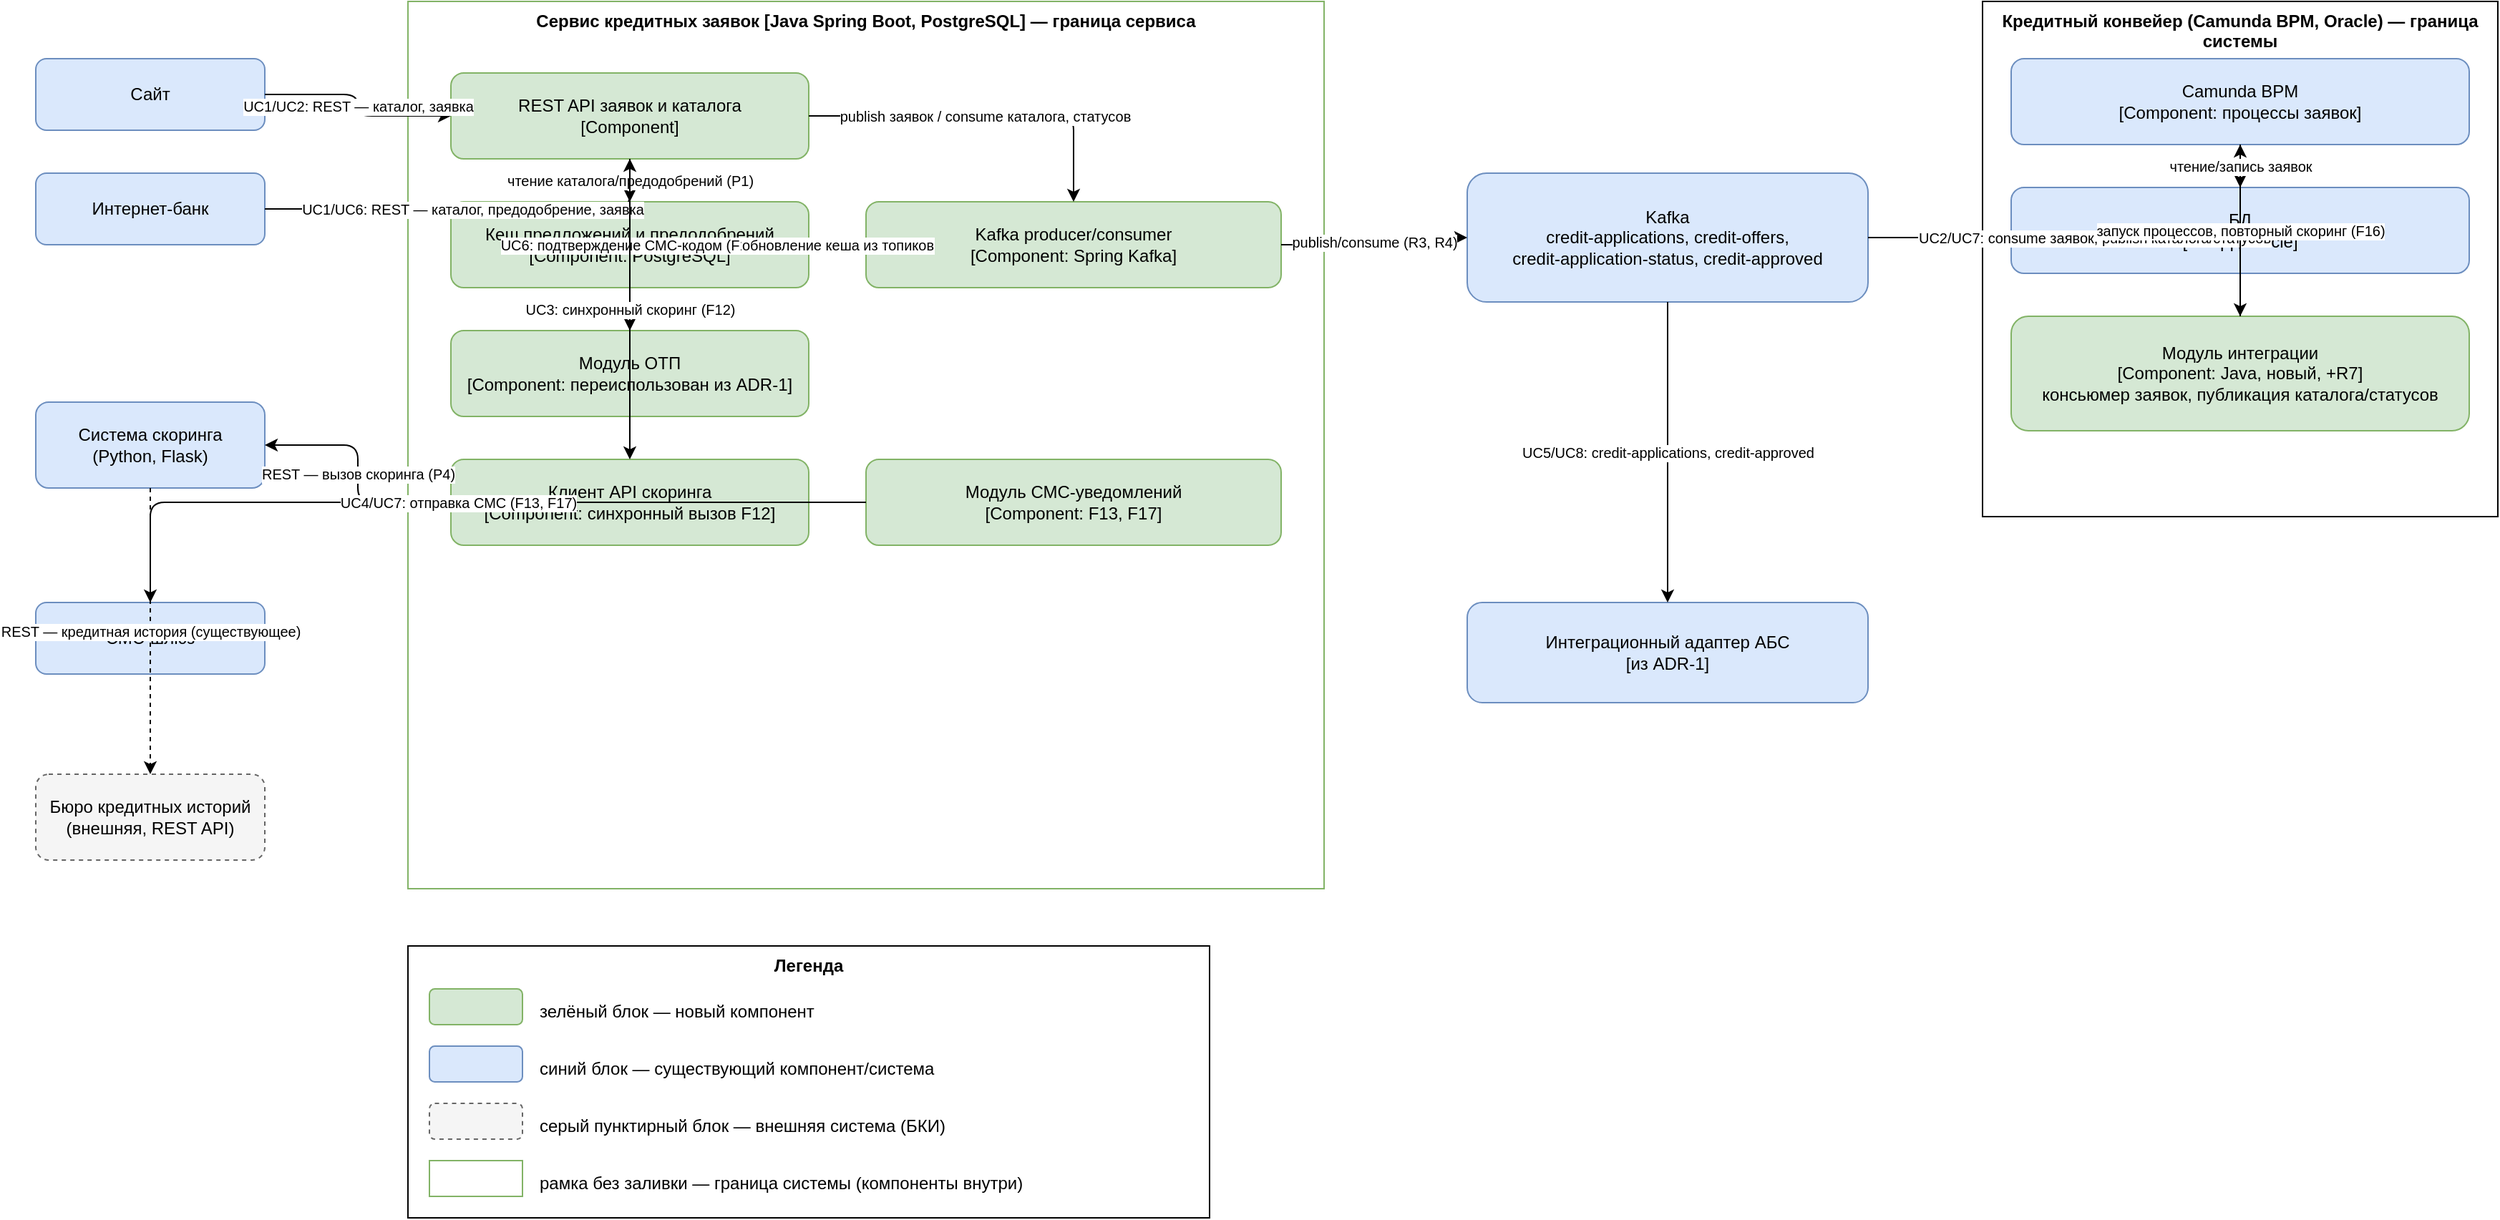
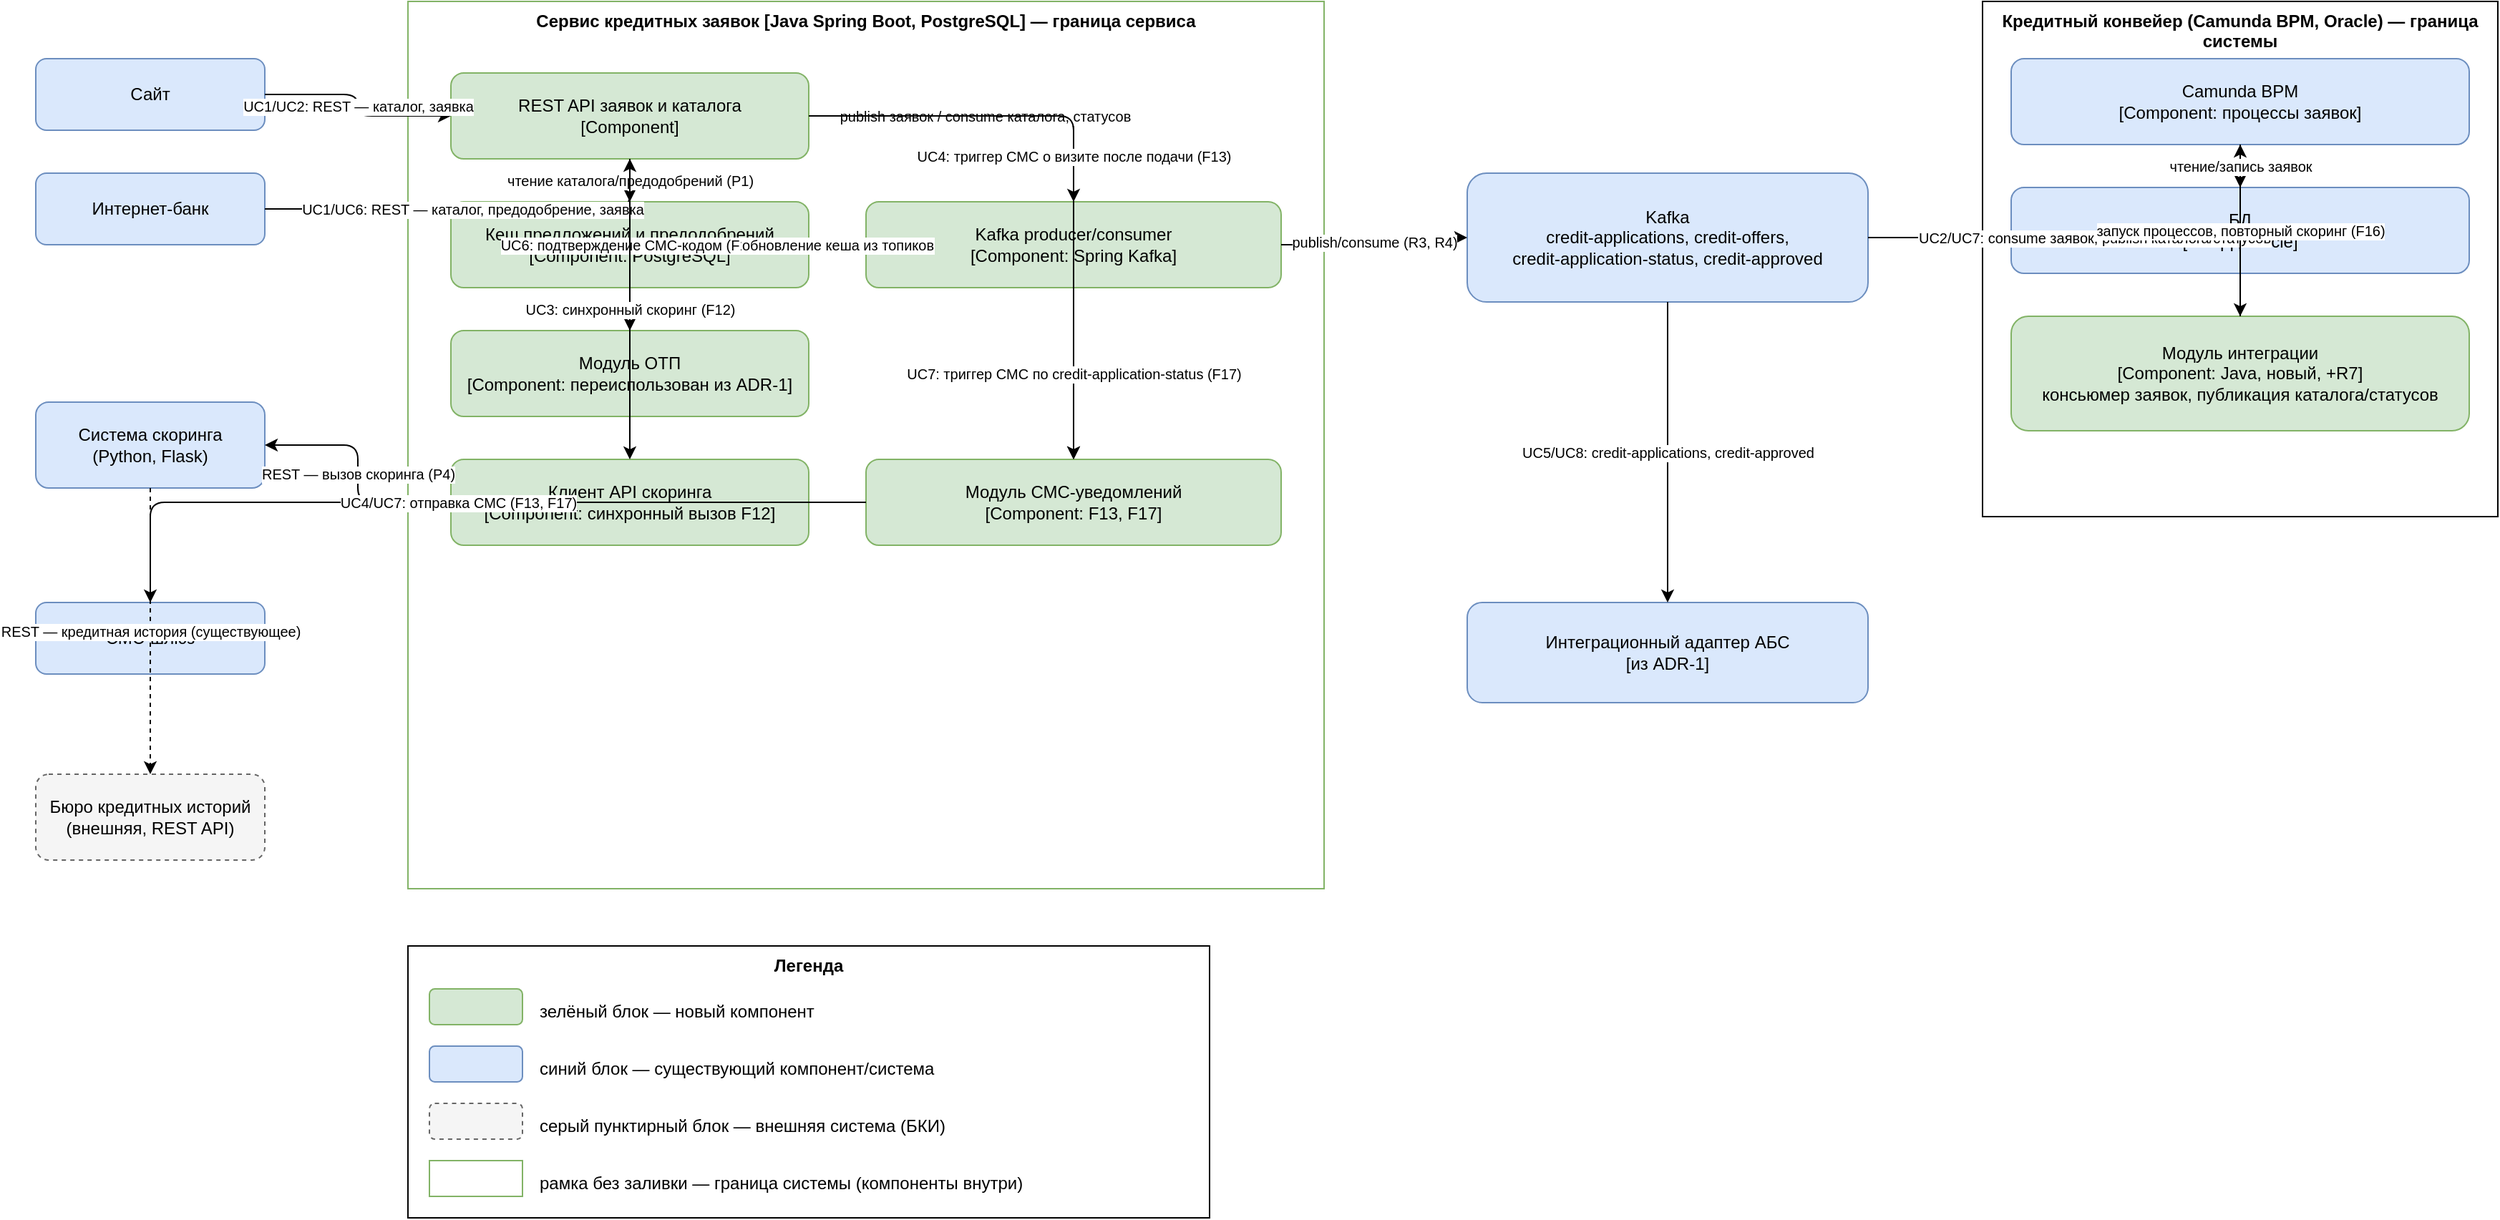
<mxfile host="app.diagrams.net" agent="hand-authored" version="24.7.7">
  <diagram id="c4-component-credit" name="C4 Компоненты — заявка на кредит онлайн">
    <mxGraphModel dx="1900" dy="1400" grid="1" gridSize="10" guides="1" tooltips="1" connect="1" arrows="1" fold="1" page="1" pageScale="1" pageWidth="2200" pageHeight="1300" math="0" shadow="0">
      <root>
        <mxCell id="0" />
        <mxCell id="1" parent="0" />
        <mxCell id="site" value="Сайт" style="rounded=1;whiteSpace=wrap;html=1;fillColor=#dae8fc;strokeColor=#6c8ebf;" vertex="1" parent="1">
          <mxGeometry x="40" y="120" width="160" height="50" as="geometry" />
        </mxCell>
        <mxCell id="ib" value="Интернет-банк" style="rounded=1;whiteSpace=wrap;html=1;fillColor=#dae8fc;strokeColor=#6c8ebf;" vertex="1" parent="1">
          <mxGeometry x="40" y="200" width="160" height="50" as="geometry" />
        </mxCell>
        <mxCell id="scoring" value="Система скоринга&#10;(Python, Flask)" style="rounded=1;whiteSpace=wrap;html=1;fillColor=#dae8fc;strokeColor=#6c8ebf;" vertex="1" parent="1">
          <mxGeometry x="40" y="360" width="160" height="60" as="geometry" />
        </mxCell>
        <mxCell id="bki" value="Бюро кредитных историй&#10;(внешняя, REST API)" style="rounded=1;whiteSpace=wrap;html=1;fillColor=#f5f5f5;strokeColor=#666666;dashed=1;" vertex="1" parent="1">
          <mxGeometry x="40" y="620" width="160" height="60" as="geometry" />
        </mxCell>
        <mxCell id="sms" value="СМС-шлюз" style="rounded=1;whiteSpace=wrap;html=1;fillColor=#dae8fc;strokeColor=#6c8ebf;" vertex="1" parent="1">
          <mxGeometry x="40" y="500" width="160" height="50" as="geometry" />
        </mxCell>
        <mxCell id="credit_frame" value="Сервис кредитных заявок [Java Spring Boot, PostgreSQL] — граница сервиса" style="rounded=0;whiteSpace=wrap;html=1;fillColor=none;verticalAlign=top;fontStyle=1;strokeColor=#82b366;" vertex="1" parent="1">
          <mxGeometry x="300" y="80" width="640" height="620" as="geometry" />
        </mxCell>
        <mxCell id="c_rest" value="REST API заявок и каталога&#10;[Component]" style="rounded=1;whiteSpace=wrap;html=1;fillColor=#d5e8d4;strokeColor=#82b366;" vertex="1" parent="1">
          <mxGeometry x="330" y="130" width="250" height="60" as="geometry" />
        </mxCell>
        <mxCell id="c_cache" value="Кеш предложений и предодобрений&#10;[Component: PostgreSQL]" style="rounded=1;whiteSpace=wrap;html=1;fillColor=#d5e8d4;strokeColor=#82b366;" vertex="1" parent="1">
          <mxGeometry x="330" y="220" width="250" height="60" as="geometry" />
        </mxCell>
        <mxCell id="c_otp" value="Модуль ОТП&#10;[Component: переиспользован из ADR-1]" style="rounded=1;whiteSpace=wrap;html=1;fillColor=#d5e8d4;strokeColor=#82b366;" vertex="1" parent="1">
          <mxGeometry x="330" y="310" width="250" height="60" as="geometry" />
        </mxCell>
        <mxCell id="c_scoring" value="Клиент API скоринга&#10;[Component: синхронный вызов F12]" style="rounded=1;whiteSpace=wrap;html=1;fillColor=#d5e8d4;strokeColor=#82b366;" vertex="1" parent="1">
          <mxGeometry x="330" y="400" width="250" height="60" as="geometry" />
        </mxCell>
        <mxCell id="c_kafka" value="Kafka producer/consumer&#10;[Component: Spring Kafka]" style="rounded=1;whiteSpace=wrap;html=1;fillColor=#d5e8d4;strokeColor=#82b366;" vertex="1" parent="1">
          <mxGeometry x="620" y="220" width="290" height="60" as="geometry" />
        </mxCell>
        <mxCell id="c_sms" value="Модуль СМС-уведомлений&#10;[Component: F13, F17]" style="rounded=1;whiteSpace=wrap;html=1;fillColor=#d5e8d4;strokeColor=#82b366;" vertex="1" parent="1">
          <mxGeometry x="620" y="400" width="290" height="60" as="geometry" />
        </mxCell>
        <mxCell id="kafka" value="Kafka&#10;credit-applications, credit-offers,&#10;credit-application-status, credit-approved" style="rounded=1;whiteSpace=wrap;html=1;fillColor=#dae8fc;strokeColor=#6c8ebf;" vertex="1" parent="1">
          <mxGeometry x="1040" y="200" width="280" height="90" as="geometry" />
        </mxCell>
        <mxCell id="kk_frame" value="Кредитный конвейер (Camunda BPM, Oracle) — граница системы" style="rounded=0;whiteSpace=wrap;html=1;fillColor=none;verticalAlign=top;fontStyle=1;" vertex="1" parent="1">
          <mxGeometry x="1400" y="80" width="360" height="360" as="geometry" />
        </mxCell>
        <mxCell id="kk_camunda" value="Camunda BPM&#10;[Component: процессы заявок]" style="rounded=1;whiteSpace=wrap;html=1;fillColor=#dae8fc;strokeColor=#6c8ebf;" vertex="1" parent="1">
          <mxGeometry x="1420" y="120" width="320" height="60" as="geometry" />
        </mxCell>
        <mxCell id="kk_db" value="БД&#10;[СУБД: Oracle]" style="rounded=1;whiteSpace=wrap;html=1;fillColor=#dae8fc;strokeColor=#6c8ebf;" vertex="1" parent="1">
          <mxGeometry x="1420" y="210" width="320" height="60" as="geometry" />
        </mxCell>
        <mxCell id="kk_integ" value="Модуль интеграции&#10;[Component: Java, новый, +R7]&#10;консьюмер заявок, публикация каталога/статусов" style="rounded=1;whiteSpace=wrap;html=1;fillColor=#d5e8d4;strokeColor=#82b366;" vertex="1" parent="1">
          <mxGeometry x="1420" y="300" width="320" height="80" as="geometry" />
        </mxCell>
        <mxCell id="abs_adapter" value="Интеграционный адаптер АБС&#10;[из ADR-1]" style="rounded=1;whiteSpace=wrap;html=1;fillColor=#dae8fc;strokeColor=#6c8ebf;" vertex="1" parent="1">
          <mxGeometry x="1040" y="500" width="280" height="70" as="geometry" />
        </mxCell>
        <mxCell id="e1" value="UC1/UC2: REST — каталог, заявка" style="edgeStyle=orthogonalEdgeStyle;rounded=1;html=1;jettySize=auto;orthogonalLoop=1;fontSize=10;labelBackgroundColor=#ffffff;" edge="1" parent="1" source="site" target="c_rest">
          <mxGeometry relative="1" as="geometry" />
        </mxCell>
        <mxCell id="e2" value="UC1/UC6: REST — каталог, предодобрение, заявка" style="edgeStyle=orthogonalEdgeStyle;rounded=1;html=1;jettySize=auto;orthogonalLoop=1;fontSize=10;labelBackgroundColor=#ffffff;" edge="1" parent="1" source="ib" target="c_rest">
          <mxGeometry relative="1" as="geometry" />
        </mxCell>
        <mxCell id="e3" value="чтение каталога/предодобрений (P1)" style="edgeStyle=orthogonalEdgeStyle;rounded=1;html=1;jettySize=auto;orthogonalLoop=1;fontSize=10;labelBackgroundColor=#ffffff;" edge="1" parent="1" source="c_rest" target="c_cache">
          <mxGeometry relative="1" as="geometry" />
        </mxCell>
        <mxCell id="e4" value="UC6: подтверждение СМС-кодом (F16)" style="edgeStyle=orthogonalEdgeStyle;rounded=1;html=1;jettySize=auto;orthogonalLoop=1;fontSize=10;labelBackgroundColor=#ffffff;" edge="1" parent="1" source="c_rest" target="c_otp">
          <mxGeometry relative="1" as="geometry" />
        </mxCell>
        <mxCell id="e5" value="UC3: синхронный скоринг (F12)" style="edgeStyle=orthogonalEdgeStyle;rounded=1;html=1;jettySize=auto;orthogonalLoop=1;fontSize=10;labelBackgroundColor=#ffffff;" edge="1" parent="1" source="c_rest" target="c_scoring">
          <mxGeometry relative="1" as="geometry" />
        </mxCell>
        <mxCell id="e6" value="REST — вызов скоринга (P4)" style="edgeStyle=orthogonalEdgeStyle;rounded=1;html=1;jettySize=auto;orthogonalLoop=1;fontSize=10;labelBackgroundColor=#ffffff;" edge="1" parent="1" source="c_scoring" target="scoring">
          <mxGeometry relative="1" as="geometry" />
        </mxCell>
        <mxCell id="e6b" value="REST — кредитная история (существующее)" style="edgeStyle=orthogonalEdgeStyle;rounded=1;html=1;jettySize=auto;orthogonalLoop=1;fontSize=10;labelBackgroundColor=#ffffff;dashed=1;" edge="1" parent="1" source="scoring" target="bki">
          <mxGeometry relative="1" as="geometry" />
        </mxCell>
        <mxCell id="e7" value="publish заявок / consume каталога, статусов" style="edgeStyle=orthogonalEdgeStyle;rounded=1;html=1;jettySize=auto;orthogonalLoop=1;fontSize=10;labelBackgroundColor=#ffffff;" edge="1" parent="1" source="c_rest" target="c_kafka">
          <mxGeometry relative="1" as="geometry" />
        </mxCell>
        <mxCell id="e8" value="обновление кеша из топиков" style="edgeStyle=orthogonalEdgeStyle;rounded=1;html=1;jettySize=auto;orthogonalLoop=1;fontSize=10;labelBackgroundColor=#ffffff;" edge="1" parent="1" source="c_kafka" target="c_cache">
          <mxGeometry relative="1" as="geometry" />
        </mxCell>
        <mxCell id="e9" value="UC4/UC7: отправка СМС (F13, F17)" style="edgeStyle=orthogonalEdgeStyle;rounded=1;html=1;jettySize=auto;orthogonalLoop=1;fontSize=10;labelBackgroundColor=#ffffff;" edge="1" parent="1" source="c_sms" target="sms">
          <mxGeometry relative="1" as="geometry" />
        </mxCell>
+         <mxCell id="e9b" value="UC4: триггер СМС о визите после подачи (F13)" style="edgeStyle=orthogonalEdgeStyle;rounded=1;html=1;jettySize=auto;orthogonalLoop=1;fontSize=10;labelBackgroundColor=#ffffff;" edge="1" parent="1" source="c_rest" target="c_sms">
+           <mxGeometry relative="1" as="geometry" />
+         </mxCell>
+         <mxCell id="e9c" value="UC7: триггер СМС по credit-application-status (F17)" style="edgeStyle=orthogonalEdgeStyle;rounded=1;html=1;jettySize=auto;orthogonalLoop=1;fontSize=10;labelBackgroundColor=#ffffff;" edge="1" parent="1" source="c_kafka" target="c_sms">
+           <mxGeometry relative="1" as="geometry" />
+         </mxCell>
        <mxCell id="e10" value="publish/consume (R3, R4)" style="edgeStyle=orthogonalEdgeStyle;rounded=1;html=1;jettySize=auto;orthogonalLoop=1;fontSize=10;labelBackgroundColor=#ffffff;" edge="1" parent="1" source="c_kafka" target="kafka">
          <mxGeometry relative="1" as="geometry" />
        </mxCell>
        <mxCell id="e11" value="UC2/UC7: consume заявок, publish каталога/статусов" style="edgeStyle=orthogonalEdgeStyle;rounded=1;html=1;jettySize=auto;orthogonalLoop=1;fontSize=10;labelBackgroundColor=#ffffff;" edge="1" parent="1" source="kafka" target="kk_integ">
          <mxGeometry relative="1" as="geometry" />
        </mxCell>
        <mxCell id="e12" value="запуск процессов, повторный скоринг (F16)" style="edgeStyle=orthogonalEdgeStyle;rounded=1;html=1;jettySize=auto;orthogonalLoop=1;fontSize=10;labelBackgroundColor=#ffffff;" edge="1" parent="1" source="kk_integ" target="kk_camunda">
          <mxGeometry relative="1" as="geometry" />
        </mxCell>
        <mxCell id="e13" value="чтение/запись заявок" style="edgeStyle=orthogonalEdgeStyle;rounded=1;html=1;jettySize=auto;orthogonalLoop=1;fontSize=10;labelBackgroundColor=#ffffff;" edge="1" parent="1" source="kk_camunda" target="kk_db">
          <mxGeometry relative="1" as="geometry" />
        </mxCell>
        <mxCell id="e14" value="UC5/UC8: credit-applications, credit-approved" style="edgeStyle=orthogonalEdgeStyle;rounded=1;html=1;jettySize=auto;orthogonalLoop=1;fontSize=10;labelBackgroundColor=#ffffff;" edge="1" parent="1" source="kafka" target="abs_adapter">
          <mxGeometry relative="1" as="geometry" />
        </mxCell>
        <mxCell id="legend" value="Легенда" style="rounded=0;whiteSpace=wrap;html=1;verticalAlign=top;fontStyle=1;fillColor=none;" vertex="1" parent="1">
          <mxGeometry x="300" y="740" width="560" height="190" as="geometry" />
        </mxCell>
        <mxCell id="leg_b_new" value="" style="rounded=1;whiteSpace=wrap;html=1;fillColor=#d5e8d4;strokeColor=#82b366;" vertex="1" parent="1">
          <mxGeometry x="315" y="770" width="65" height="25" as="geometry" />
        </mxCell>
        <mxCell id="leg_t_new" value="зелёный блок — новый компонент" style="text;html=1;align=left;" vertex="1" parent="1">
          <mxGeometry x="390" y="772" width="440" height="20" as="geometry" />
        </mxCell>
        <mxCell id="leg_b_sys" value="" style="rounded=1;whiteSpace=wrap;html=1;fillColor=#dae8fc;strokeColor=#6c8ebf;" vertex="1" parent="1">
          <mxGeometry x="315" y="810" width="65" height="25" as="geometry" />
        </mxCell>
        <mxCell id="leg_t_sys" value="синий блок — существующий компонент/система" style="text;html=1;align=left;" vertex="1" parent="1">
          <mxGeometry x="390" y="812" width="440" height="20" as="geometry" />
        </mxCell>
        <mxCell id="leg_b_ext" value="" style="rounded=1;whiteSpace=wrap;html=1;fillColor=#f5f5f5;strokeColor=#666666;dashed=1;" vertex="1" parent="1">
          <mxGeometry x="315" y="850" width="65" height="25" as="geometry" />
        </mxCell>
        <mxCell id="leg_t_ext" value="серый пунктирный блок — внешняя система (БКИ)" style="text;html=1;align=left;" vertex="1" parent="1">
          <mxGeometry x="390" y="852" width="440" height="20" as="geometry" />
        </mxCell>
        <mxCell id="leg_b_frame" value="" style="rounded=0;whiteSpace=wrap;html=1;fillColor=none;verticalAlign=top;fontStyle=1;strokeColor=#82b366;" vertex="1" parent="1">
          <mxGeometry x="315" y="890" width="65" height="25" as="geometry" />
        </mxCell>
        <mxCell id="leg_t_frame" value="рамка без заливки — граница системы (компоненты внутри)" style="text;html=1;align=left;" vertex="1" parent="1">
          <mxGeometry x="390" y="892" width="470" height="20" as="geometry" />
        </mxCell>
      </root>
    </mxGraphModel>
  </diagram>
</mxfile>
